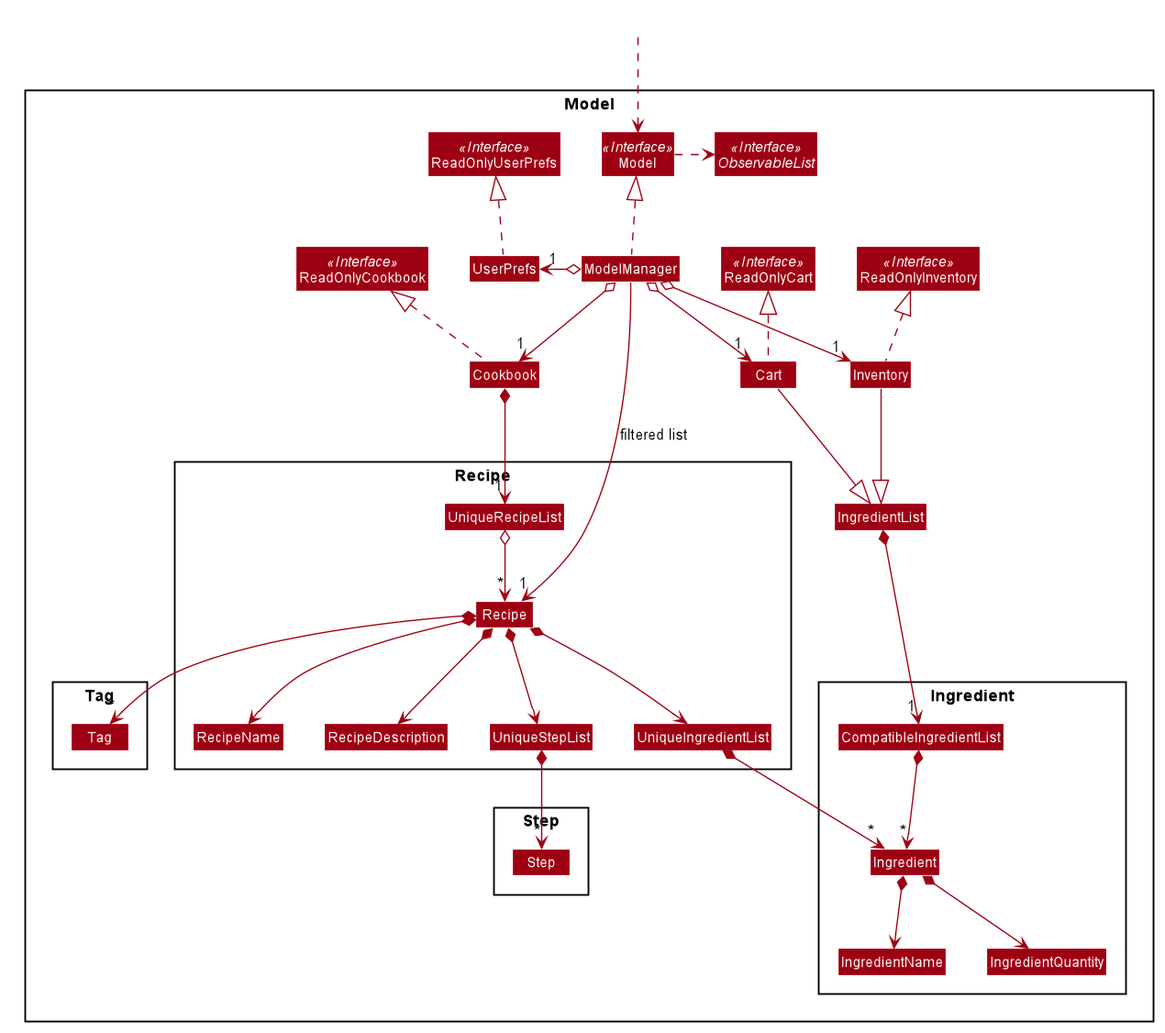
The PlantUML diagram docs/images/ModelClassDiagram.png in tzihiang/main, before a commit.
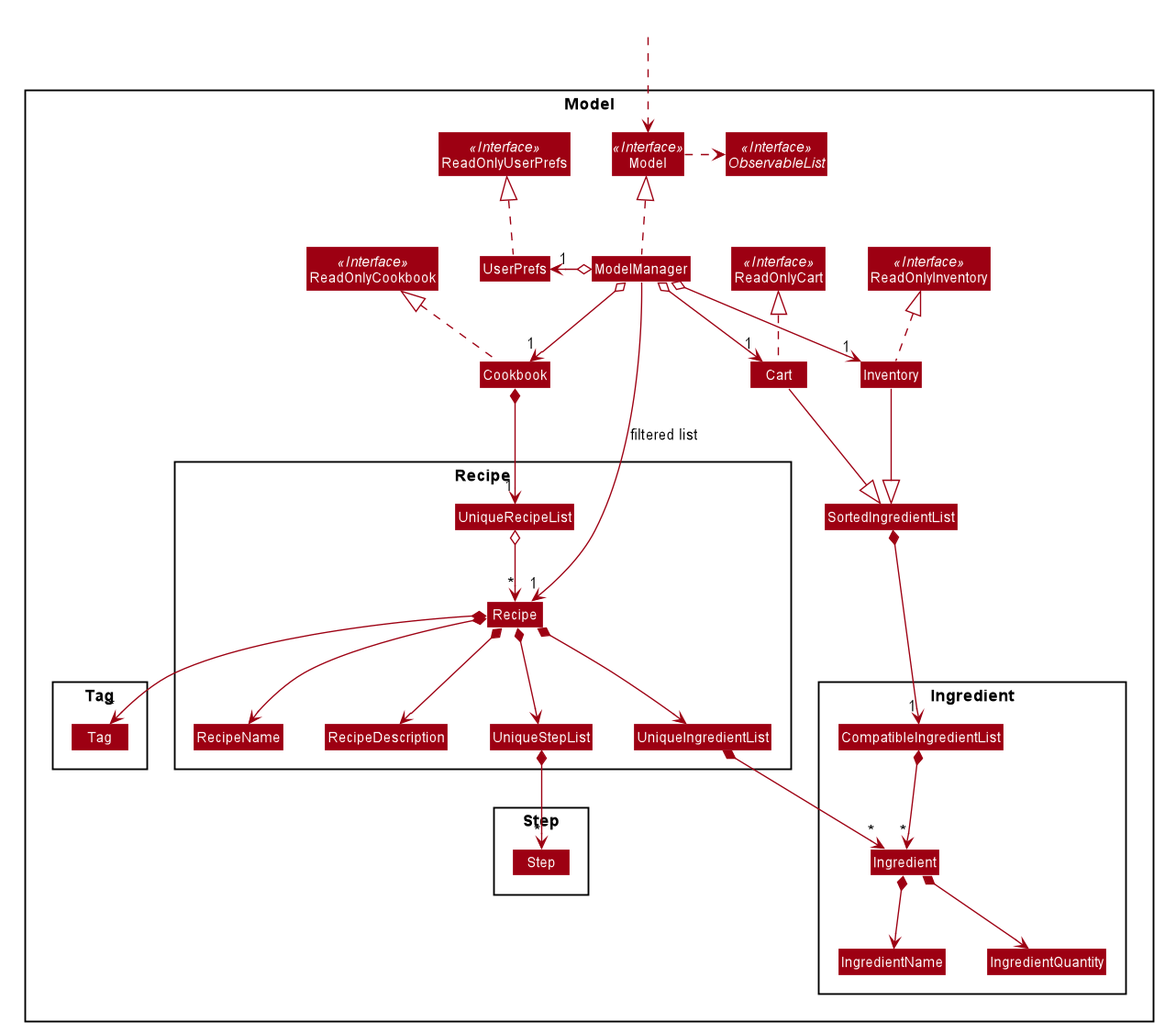
Above is the later version.

Commit message:
Update Model class diagram

The edit, as a diff of the source:
```diff
@@ -68,7 +68,7 @@
 Class ReadOnlyInventory
 Class Cart
 Class ReadOnlyCart
-Class IngredientList
+Class SortedIngredientList
 
 Package Recipe {
 Class Recipe
@@ -124,9 +124,9 @@
 RecipeDescription -[hidden]right-> UniqueStepList
 UniqueStepList -[hidden]right-> UniqueIngredientList
 
-Inventory --|> IngredientList
-Cart --|> IngredientList
-IngredientList *--> "1" CompatibleIngredientList
+Inventory --|> SortedIngredientList
+Cart --|> SortedIngredientList
+SortedIngredientList *--> "1" CompatibleIngredientList
 CompatibleIngredientList *--> "*" Ingredient
 UniqueIngredientList *--> "*" Ingredient
 Ingredient *--> IngredientName
```
